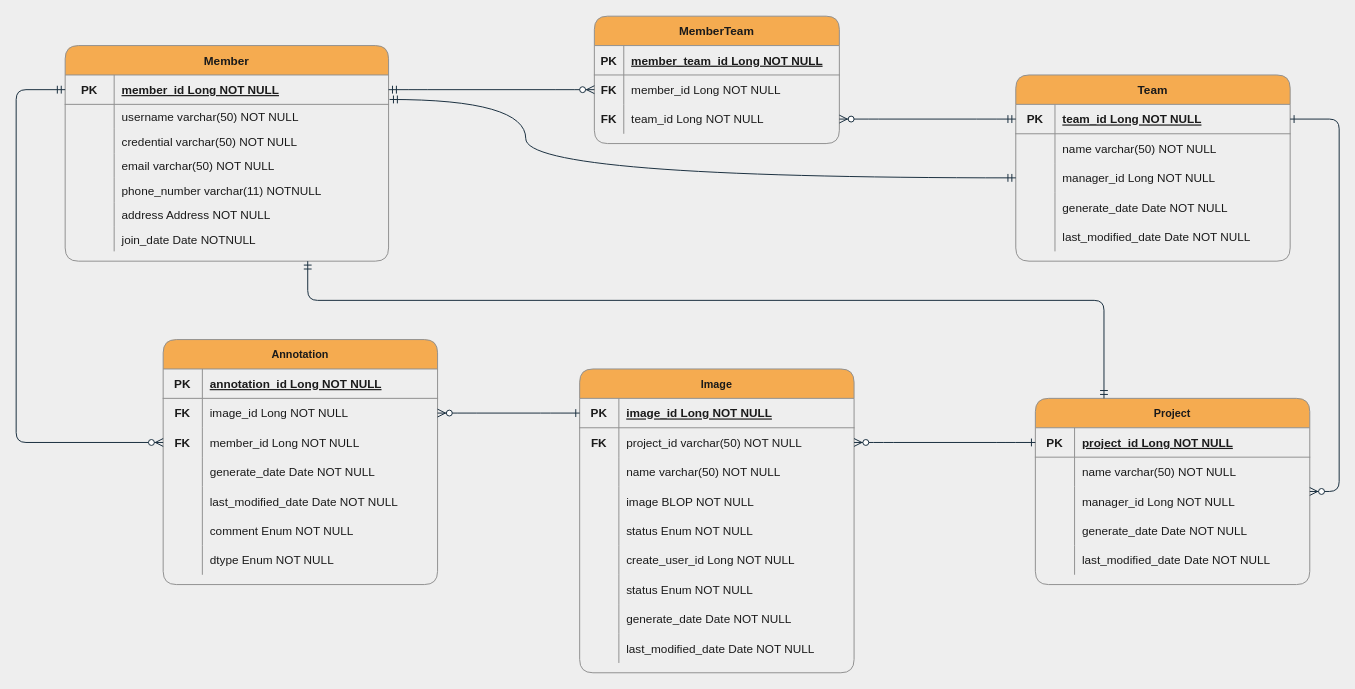
Seongwon97/Photo_Feedback_Tool keeps this draw.io diagram as db/ERD.drawio. Above is the earlier version. Source tidied: cells renumbered, new cells numbered last; positions are measured from the earlier drawing's top-left corner, leaving out a move shared by most shapes. Both pictures are drawn from the tidied source at 98%, with x=0, y=0 at pixel (16, 16).
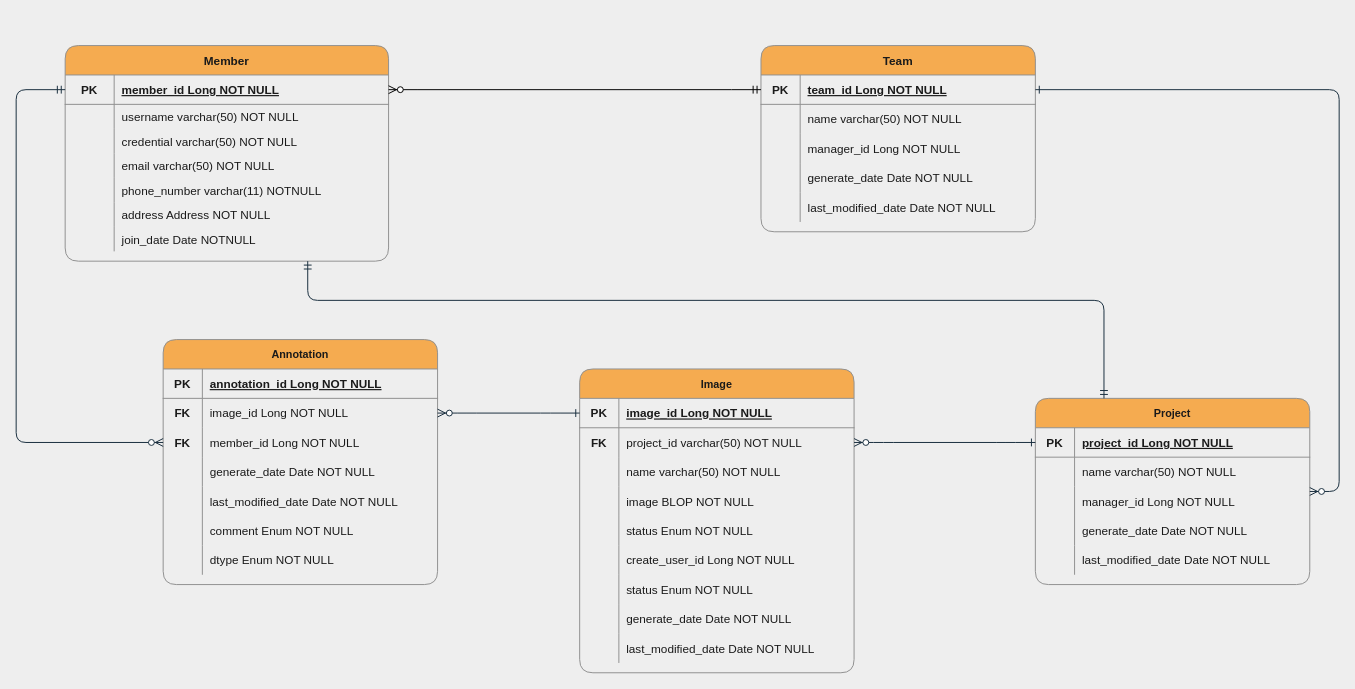
After the change.

The change refers to these unchanged cells:
```xml
<mxCell id="13" style="shape=partialRectangle;fillColor=none;points=[[0,0.5],[1,0.5]];portConstraint=eastwest;top=0;left=0;right=0;bottom=1;strokeColor=#909090;fontColor=#1A1A1A;rounded=1;" parent="12" vertex="1">
  <mxGeometry y="30" width="330" height="30" as="geometry" />
</mxCell>
<mxCell id="35" style="shape=partialRectangle;fillColor=none;points=[[0,0.5],[1,0.5]];portConstraint=eastwest;top=0;left=0;right=0;bottom=1;strokeColor=#909090;fontColor=#1A1A1A;rounded=1;" parent="34" vertex="1">
  <mxGeometry y="30" width="280" height="30" as="geometry" />
</mxCell>
<mxCell id="41" style="shape=partialRectangle;fillColor=none;points=[[0,0.5],[1,0.5]];portConstraint=eastwest;top=0;left=0;right=0;bottom=0;strokeColor=#909090;fontColor=#1A1A1A;rounded=1;" parent="34" vertex="1">
  <mxGeometry y="90" width="280" height="30" as="geometry" />
</mxCell>
```

The edit, as a diff of the source:
```diff
@@
-    <mxCell id="2" value="MemberTeam" style="shape=table;startSize=30;childLayout=tableLayout;rowLines=0;fontStyle=1;align=center;fillColor=#F5AB50;strokeColor=#909090;fontColor=#1A1A1A;rounded=1;" parent="1" vertex="1">
-      <mxGeometry x="590" width="250" height="130" as="geometry" />
-    </mxCell>
-    <mxCell id="3" style="shape=partialRectangle;fillColor=none;top=0;left=0;right=0;bottom=1;strokeColor=#909090;fontColor=#1A1A1A;rounded=1;" parent="2" vertex="1">
-      <mxGeometry y="30" width="250" height="30" as="geometry" />
-    </mxCell>
-    <mxCell id="4" value="PK" style="shape=partialRectangle;overflow=hidden;fillColor=none;top=0;left=0;bottom=0;right=0;fontStyle=1;strokeColor=#909090;fontColor=#1A1A1A;rounded=1;" parent="3" vertex="1">
-      <mxGeometry width="30" height="30" as="geometry" />
-    </mxCell>
-    <mxCell id="5" value="member_team_id Long NOT NULL " style="shape=partialRectangle;overflow=hidden;fillColor=none;top=0;left=0;bottom=0;right=0;align=left;spacingLeft=6;fontStyle=5;strokeColor=#909090;fontColor=#1A1A1A;rounded=1;" parent="3" vertex="1">
-      <mxGeometry x="30" width="220" height="30" as="geometry" />
-    </mxCell>
-    <mxCell id="6" style="shape=partialRectangle;fillColor=none;points=[[0,0.5],[1,0.5]];portConstraint=eastwest;top=0;left=0;right=0;bottom=0;strokeColor=#909090;fontColor=#1A1A1A;rounded=1;" parent="2" vertex="1">
-      <mxGeometry y="60" width="250" height="30" as="geometry" />
-    </mxCell>
-    <mxCell id="7" value="FK" style="shape=partialRectangle;overflow=hidden;fillColor=none;top=0;left=0;bottom=0;right=0;strokeColor=#909090;fontColor=#1A1A1A;rounded=1;fontStyle=1;" parent="6" vertex="1">
-      <mxGeometry width="30" height="30" as="geometry" />
-    </mxCell>
-    <mxCell id="8" value="member_id Long NOT NULL" style="shape=partialRectangle;overflow=hidden;fillColor=none;top=0;left=0;bottom=0;right=0;align=left;spacingLeft=6;strokeColor=#909090;fontColor=#1A1A1A;rounded=1;" parent="6" vertex="1">
-      <mxGeometry x="30" width="220" height="30" as="geometry" />
-    </mxCell>
-    <mxCell id="9" style="shape=partialRectangle;fillColor=none;points=[[0,0.5],[1,0.5]];portConstraint=eastwest;top=0;left=0;right=0;bottom=0;strokeColor=#909090;fontColor=#1A1A1A;rounded=1;" parent="2" vertex="1">
-      <mxGeometry y="90" width="250" height="30" as="geometry" />
-    </mxCell>
-    <mxCell id="10" value="FK" style="shape=partialRectangle;overflow=hidden;fillColor=none;top=0;left=0;bottom=0;right=0;strokeColor=#909090;fontColor=#1A1A1A;rounded=1;fontStyle=1;" parent="9" vertex="1">
-      <mxGeometry width="30" height="30" as="geometry" />
-    </mxCell>
-    <mxCell id="11" value="team_id Long NOT NULL" style="shape=partialRectangle;overflow=hidden;fillColor=none;top=0;left=0;bottom=0;right=0;align=left;spacingLeft=6;strokeColor=#909090;fontColor=#1A1A1A;rounded=1;" parent="9" vertex="1">
-      <mxGeometry x="30" width="220" height="30" as="geometry" />
-    </mxCell>
@@
     <mxCell id="34" value="Team" style="shape=table;startSize=30;childLayout=tableLayout;rowLines=0;fontStyle=1;align=center;fillColor=#F5AB50;strokeColor=#909090;fontColor=#1A1A1A;rounded=1;" parent="1" vertex="1">
-      <mxGeometry x="1020" y="60" width="280" height="190" as="geometry" />
+      <mxGeometry x="760" y="30" width="280" height="190" as="geometry" />
     </mxCell>
@@
-    <mxCell id="78" style="edgeStyle=entityRelationEdgeStyle;fontSize=12;html=1;endArrow=ERzeroToMany;startArrow=ERmandOne;rounded=1;labelBackgroundColor=#EEEEEE;fontFamily=Helvetica;fontColor=#1A1A1A;strokeColor=#182E3E;elbow=vertical;exitX=1;exitY=0.5;exitDx=0;exitDy=0;entryX=0;entryY=0.5;entryDx=0;entryDy=0;" parent="1" edge="1" source="13" target="6">
-      <mxGeometry relative="1" as="geometry" />
-    </mxCell>
@@
-    <mxCell id="121" style="fontSize=12;html=1;endArrow=ERmandOne;startArrow=ERmandOne;rounded=1;labelBackgroundColor=#EEEEEE;fontFamily=Helvetica;fontColor=#1A1A1A;strokeColor=#182E3E;exitX=0;exitY=0.5;exitDx=0;exitDy=0;entryX=1.003;entryY=0.833;entryDx=0;entryDy=0;entryPerimeter=0;edgeStyle=orthogonalEdgeStyle;curved=1;" parent="1" edge="1" source="41" target="13">
-      <mxGeometry relative="1" as="geometry">
-        <Array as="points">
-          <mxPoint x="520" y="165" />
-          <mxPoint x="520" y="85" />
-        </Array>
-      </mxGeometry>
-    </mxCell>
@@
-    <mxCell id="123" style="edgeStyle=entityRelationEdgeStyle;fontSize=12;html=1;endArrow=ERzeroToMany;startArrow=ERmandOne;rounded=1;labelBackgroundColor=#EEEEEE;fontFamily=Helvetica;fontColor=#1A1A1A;strokeColor=#182E3E;elbow=vertical;exitX=0;exitY=0.5;exitDx=0;exitDy=0;entryX=1;entryY=0.5;entryDx=0;entryDy=0;" parent="1" edge="1" source="35" target="9">
-      <mxGeometry relative="1" as="geometry" />
-    </mxCell>
+    <mxCell id="124" style="edgeStyle=entityRelationEdgeStyle;fontSize=12;html=1;endArrow=ERzeroToMany;startArrow=ERmandOne;rounded=0;exitX=0;exitY=0.5;exitDx=0;exitDy=0;" parent="1" edge="1" source="35" target="13">
+      <mxGeometry relative="1" as="geometry" />
+    </mxCell>
```
